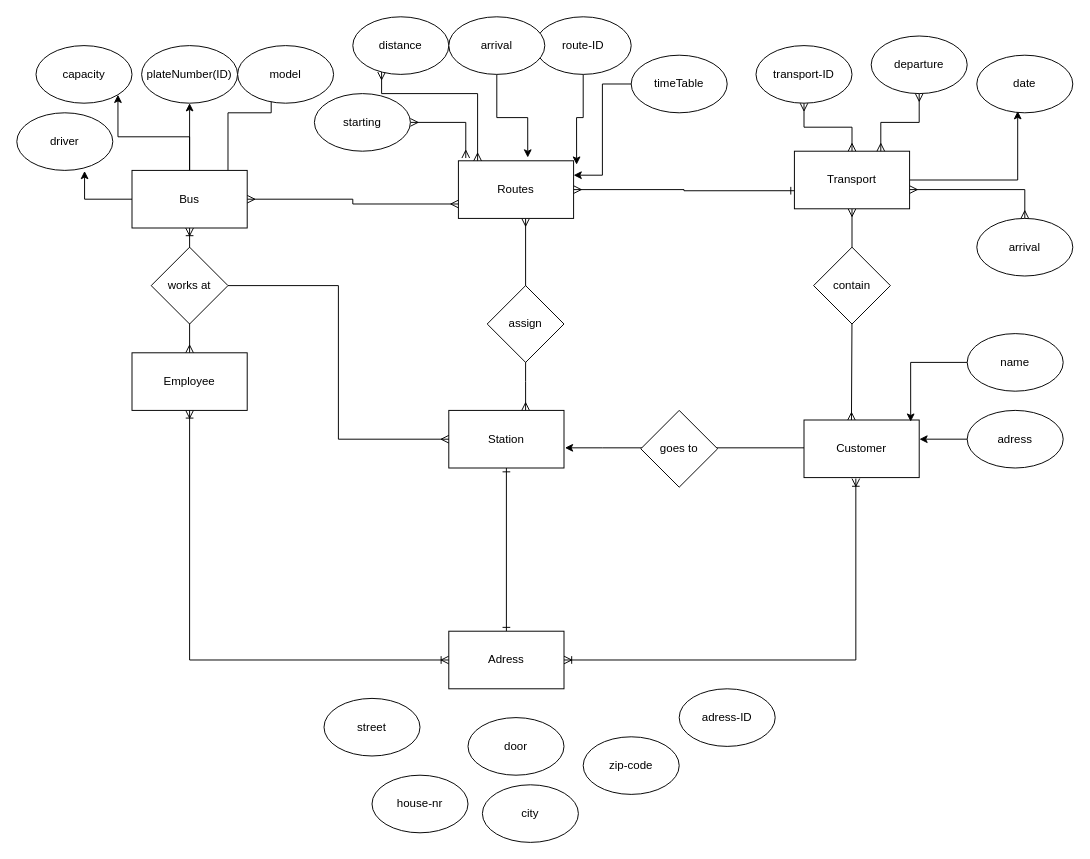
Before: DatabaseDay01/Transport/TransportForm2.drawio in ChrisgetGit/CF_DB-Dev_ChristianS_RobertC, a draw.io diagram. Source tidied: cells renumbered, new cells numbered last; positions are measured from the earlier drawing's top-left corner, leaving out a move shared by most shapes. Both pictures are drawn from the tidied source at 96%, with x=0, y=0 at pixel (16, 16).
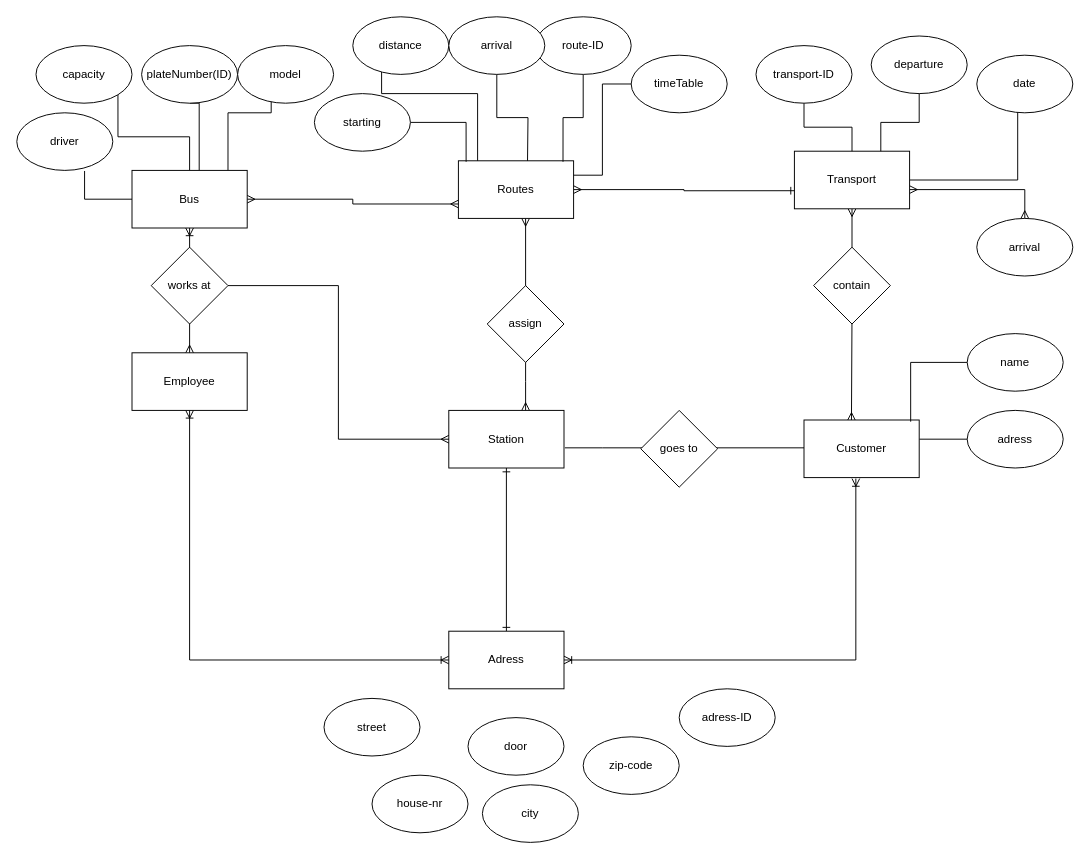
The same page after the edit.

The change refers to these unchanged cells:
```xml
<mxCell id="5" value="Transport" style="rounded=0;whiteSpace=wrap;html=1;" parent="1" vertex="1">
  <mxGeometry x="810" y="140" width="120" height="60" as="geometry" />
</mxCell>
<mxCell id="11" value="Station" style="rounded=0;whiteSpace=wrap;html=1;" parent="1" vertex="1">
  <mxGeometry x="450" y="410" width="120" height="60" as="geometry" />
</mxCell>
<mxCell id="15" value="Customer" style="rounded=0;whiteSpace=wrap;html=1;" parent="1" vertex="1">
  <mxGeometry x="820" y="420" width="120" height="60" as="geometry" />
</mxCell>
<mxCell id="21" value="Routes" style="rounded=0;whiteSpace=wrap;html=1;" parent="1" vertex="1">
  <mxGeometry x="460" y="150" width="120" height="60" as="geometry" />
</mxCell>
<mxCell id="28" value="Bus" style="rounded=0;whiteSpace=wrap;html=1;" parent="1" vertex="1">
  <mxGeometry x="120" y="160" width="120" height="60" as="geometry" />
</mxCell>
<mxCell id="29" value="capacity" style="ellipse;whiteSpace=wrap;html=1;" parent="1" vertex="1">
  <mxGeometry x="20" y="30" width="100" height="60" as="geometry" />
</mxCell>
<mxCell id="30" value="plateNumber(ID)" style="ellipse;whiteSpace=wrap;html=1;" parent="1" vertex="1">
  <mxGeometry x="130" y="30" width="100" height="60" as="geometry" />
</mxCell>
<mxCell id="33" value="starting" style="ellipse;whiteSpace=wrap;html=1;" parent="1" vertex="1">
  <mxGeometry x="310" y="80" width="100" height="60" as="geometry" />
</mxCell>
<mxCell id="35" value="departure" style="ellipse;whiteSpace=wrap;html=1;" parent="1" vertex="1">
  <mxGeometry x="890" y="20" width="100" height="60" as="geometry" />
</mxCell>
<mxCell id="36" value="date" style="ellipse;whiteSpace=wrap;html=1;" parent="1" vertex="1">
  <mxGeometry x="1000" y="40" width="100" height="60" as="geometry" />
</mxCell>
<mxCell id="37" value="driver" style="ellipse;whiteSpace=wrap;html=1;" parent="1" vertex="1">
  <mxGeometry y="100" width="100" height="60" as="geometry" />
</mxCell>
<mxCell id="41" value="distance" style="ellipse;whiteSpace=wrap;html=1;" parent="1" vertex="1">
  <mxGeometry x="350" width="100" height="60" as="geometry" />
</mxCell>
<mxCell id="43" value="transport-ID" style="ellipse;whiteSpace=wrap;html=1;" parent="1" vertex="1">
  <mxGeometry x="770" y="30" width="100" height="60" as="geometry" />
</mxCell>
<mxCell id="45" value="timeTable" style="ellipse;whiteSpace=wrap;html=1;" parent="1" vertex="1">
  <mxGeometry x="640" y="40" width="100" height="60" as="geometry" />
</mxCell>
<mxCell id="47" value="name" style="ellipse;whiteSpace=wrap;html=1;" parent="1" vertex="1">
  <mxGeometry x="990" y="330" width="100" height="60" as="geometry" />
</mxCell>
<mxCell id="49" value="adress" style="ellipse;whiteSpace=wrap;html=1;" parent="1" vertex="1">
  <mxGeometry x="990" y="410" width="100" height="60" as="geometry" />
</mxCell>
<mxCell id="51" value="route-ID" style="ellipse;whiteSpace=wrap;html=1;" parent="1" vertex="1">
  <mxGeometry x="540" width="100" height="60" as="geometry" />
</mxCell>
<mxCell id="58" value="arrival" style="ellipse;whiteSpace=wrap;html=1;" parent="1" vertex="1">
  <mxGeometry x="450" width="100" height="60" as="geometry" />
</mxCell>
```

The edit, as a diff of the source:
```diff
@@
-    <mxCell id="2" style="edgeStyle=orthogonalEdgeStyle;rounded=0;jettySize=auto;html=1;entryX=0.426;entryY=0.971;entryDx=0;entryDy=0;entryPerimeter=0;" parent="1" edge="1" source="5" target="36">
+    <mxCell id="2" style="edgeStyle=orthogonalEdgeStyle;rounded=0;jettySize=auto;html=1;entryX=0.426;entryY=0.971;entryDx=0;entryDy=0;entryPerimeter=0;endArrow=none;endFill=0;" parent="1" edge="1" source="5" target="36">
       <mxGeometry relative="1" as="geometry" />
     </mxCell>
@@
-    <mxCell id="14" style="edgeStyle=orthogonalEdgeStyle;rounded=0;jettySize=auto;html=1;entryX=1.008;entryY=0.65;entryDx=0;entryDy=0;entryPerimeter=0;" parent="1" edge="1" source="15" target="11">
+    <mxCell id="14" style="edgeStyle=orthogonalEdgeStyle;rounded=0;jettySize=auto;html=1;entryX=1.008;entryY=0.65;entryDx=0;entryDy=0;entryPerimeter=0;endArrow=none;endFill=0;" parent="1" edge="1" source="15" target="11">
       <mxGeometry relative="1" as="geometry">
         <Array as="points">
           <mxPoint x="610" y="449" />
           <mxPoint x="610" y="449" />
         </Array>
       </mxGeometry>
     </mxCell>
@@
-    <mxCell id="23" style="edgeStyle=orthogonalEdgeStyle;rounded=0;jettySize=auto;html=1;entryX=1;entryY=1;entryDx=0;entryDy=0;" parent="1" edge="1" source="28" target="29">
+    <mxCell id="23" style="edgeStyle=orthogonalEdgeStyle;rounded=0;jettySize=auto;html=1;entryX=1;entryY=1;entryDx=0;entryDy=0;endArrow=none;endFill=0;" parent="1" edge="1" source="28" target="29">
       <mxGeometry relative="1" as="geometry" />
     </mxCell>
-    <mxCell id="24" style="edgeStyle=orthogonalEdgeStyle;rounded=0;jettySize=auto;html=1;entryX=0.706;entryY=1.01;entryDx=0;entryDy=0;entryPerimeter=0;" parent="1" edge="1" source="28" target="37">
+    <mxCell id="24" style="edgeStyle=orthogonalEdgeStyle;rounded=0;jettySize=auto;html=1;entryX=0.706;entryY=1.01;entryDx=0;entryDy=0;entryPerimeter=0;endArrow=none;endFill=0;" parent="1" edge="1" source="28" target="37">
       <mxGeometry relative="1" as="geometry" />
     </mxCell>
-    <mxCell id="25" style="edgeStyle=orthogonalEdgeStyle;rounded=0;jettySize=auto;html=1;entryX=0.5;entryY=1;entryDx=0;entryDy=0;" parent="1" edge="1" source="28" target="30">
-      <mxGeometry relative="1" as="geometry" />
+    <mxCell id="25" style="edgeStyle=orthogonalEdgeStyle;rounded=0;jettySize=auto;html=1;entryX=0.5;entryY=1;entryDx=0;entryDy=0;endArrow=none;endFill=0;" parent="1" edge="1" source="28" target="30">
+      <mxGeometry relative="1" as="geometry">
+        <Array as="points">
+          <mxPoint x="190" y="90" />
+        </Array>
+      </mxGeometry>
     </mxCell>
@@
-    <mxCell id="32" style="edgeStyle=orthogonalEdgeStyle;rounded=0;jettySize=auto;html=1;entryX=0.064;entryY=-0.048;entryDx=0;entryDy=0;entryPerimeter=0;startArrow=ERmany;startFill=0;endArrow=ERmany;endFill=0;" parent="1" edge="1" source="33" target="21">
+    <mxCell id="32" style="edgeStyle=orthogonalEdgeStyle;rounded=0;jettySize=auto;html=1;entryX=0.067;entryY=0.017;entryDx=0;entryDy=0;entryPerimeter=0;startArrow=none;startFill=0;endArrow=none;endFill=0;" parent="1" edge="1" source="33" target="21">
       <mxGeometry relative="1" as="geometry" />
     </mxCell>
@@
-    <mxCell id="34" style="edgeStyle=orthogonalEdgeStyle;rounded=0;jettySize=auto;html=1;entryX=0.75;entryY=0;entryDx=0;entryDy=0;startArrow=ERmany;startFill=0;endArrow=ERmany;endFill=0;" parent="1" edge="1" source="35" target="5">
+    <mxCell id="34" style="edgeStyle=orthogonalEdgeStyle;rounded=0;jettySize=auto;html=1;entryX=0.75;entryY=0;entryDx=0;entryDy=0;startArrow=none;startFill=0;endArrow=none;endFill=0;" parent="1" edge="1" source="35" target="5">
       <mxGeometry relative="1" as="geometry" />
     </mxCell>
@@
-    <mxCell id="39" style="edgeStyle=orthogonalEdgeStyle;rounded=0;jettySize=auto;html=1;entryX=0.602;entryY=-0.057;entryDx=0;entryDy=0;entryPerimeter=0;" parent="1" edge="1" source="58" target="21">
-      <mxGeometry relative="1" as="geometry" />
+    <mxCell id="39" style="edgeStyle=orthogonalEdgeStyle;rounded=0;jettySize=auto;html=1;endArrow=none;endFill=0;" parent="1" edge="1" source="58">
+      <mxGeometry relative="1" as="geometry">
+        <mxPoint x="532" y="150" as="targetPoint" />
+      </mxGeometry>
     </mxCell>
-    <mxCell id="40" style="edgeStyle=orthogonalEdgeStyle;rounded=0;jettySize=auto;html=1;startArrow=ERmany;startFill=0;endArrow=ERmany;endFill=0;" parent="1" edge="1" source="41">
+    <mxCell id="40" style="edgeStyle=orthogonalEdgeStyle;rounded=0;jettySize=auto;html=1;startArrow=none;startFill=0;endArrow=none;endFill=0;" parent="1" edge="1" source="41">
       <mxGeometry relative="1" as="geometry">
         <mxPoint x="480" y="150" as="targetPoint" />
         <Array as="points">
           <mxPoint x="380" y="80" />
           <mxPoint x="480" y="80" />
         </Array>
       </mxGeometry>
     </mxCell>
@@
-    <mxCell id="42" style="edgeStyle=orthogonalEdgeStyle;rounded=0;jettySize=auto;html=1;startArrow=ERmany;startFill=0;endArrow=ERmany;endFill=0;" parent="1" edge="1" source="43" target="5">
+    <mxCell id="42" style="edgeStyle=orthogonalEdgeStyle;rounded=0;jettySize=auto;html=1;startArrow=none;startFill=0;endArrow=none;endFill=0;" parent="1" edge="1" source="43" target="5">
       <mxGeometry relative="1" as="geometry" />
     </mxCell>
@@
-    <mxCell id="44" style="edgeStyle=orthogonalEdgeStyle;rounded=0;jettySize=auto;html=1;entryX=1;entryY=0.25;entryDx=0;entryDy=0;" parent="1" edge="1" source="45" target="21">
+    <mxCell id="44" style="edgeStyle=orthogonalEdgeStyle;rounded=0;jettySize=auto;html=1;entryX=1;entryY=0.25;entryDx=0;entryDy=0;endArrow=none;endFill=0;" parent="1" edge="1" source="45" target="21">
       <mxGeometry relative="1" as="geometry" />
     </mxCell>
@@
-    <mxCell id="46" style="edgeStyle=orthogonalEdgeStyle;rounded=0;jettySize=auto;html=1;entryX=0.926;entryY=0.029;entryDx=0;entryDy=0;entryPerimeter=0;" parent="1" edge="1" source="47" target="15">
+    <mxCell id="46" style="edgeStyle=orthogonalEdgeStyle;rounded=0;jettySize=auto;html=1;entryX=0.926;entryY=0.029;entryDx=0;entryDy=0;entryPerimeter=0;endArrow=none;endFill=0;" parent="1" edge="1" source="47" target="15">
       <mxGeometry relative="1" as="geometry" />
     </mxCell>
@@
-    <mxCell id="48" style="edgeStyle=orthogonalEdgeStyle;rounded=0;jettySize=auto;html=1;entryX=1.002;entryY=0.333;entryDx=0;entryDy=0;entryPerimeter=0;" parent="1" edge="1" source="49" target="15">
+    <mxCell id="48" style="edgeStyle=orthogonalEdgeStyle;rounded=0;jettySize=auto;html=1;entryX=1.002;entryY=0.333;entryDx=0;entryDy=0;entryPerimeter=0;endArrow=none;endFill=0;" parent="1" edge="1" source="49" target="15">
       <mxGeometry relative="1" as="geometry" />
     </mxCell>
@@
-    <mxCell id="50" style="edgeStyle=orthogonalEdgeStyle;rounded=0;jettySize=auto;html=1;entryX=1.026;entryY=0.067;entryDx=0;entryDy=0;entryPerimeter=0;" parent="1" edge="1" source="51" target="21">
+    <mxCell id="50" style="edgeStyle=orthogonalEdgeStyle;rounded=0;jettySize=auto;html=1;entryX=0.908;entryY=0.017;entryDx=0;entryDy=0;entryPerimeter=0;startArrow=none;startFill=0;endArrow=none;endFill=0;" parent="1" edge="1" source="51" target="21">
       <mxGeometry relative="1" as="geometry" />
     </mxCell>
```
